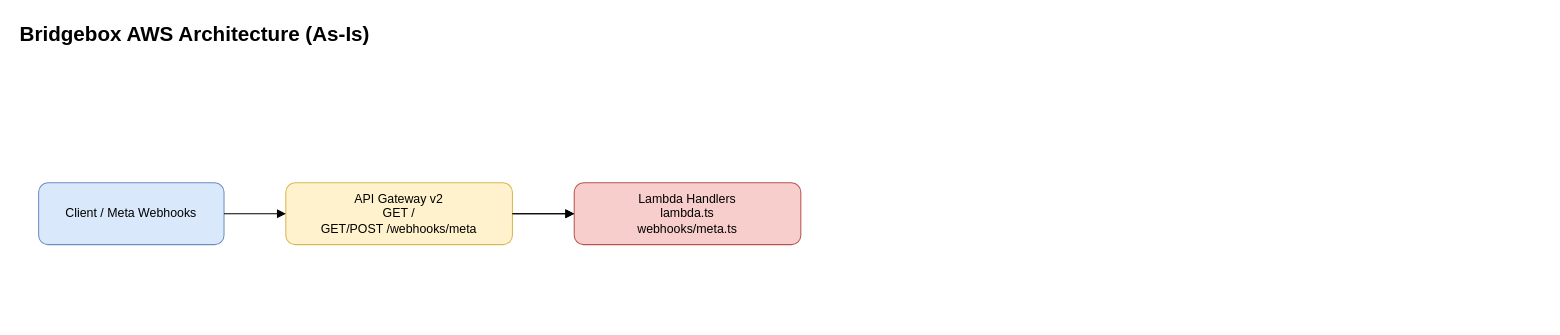
Earlier version of the draw.io diagram docs/architecture.drawio (smoothness/bridgebox). Source tidied: cells renumbered, new cells numbered last; positions are measured from the earlier drawing's top-left corner, leaving out a move shared by most shapes. Both pictures are drawn from the tidied source at 103%, with x=0, y=0 at pixel (18, 18).
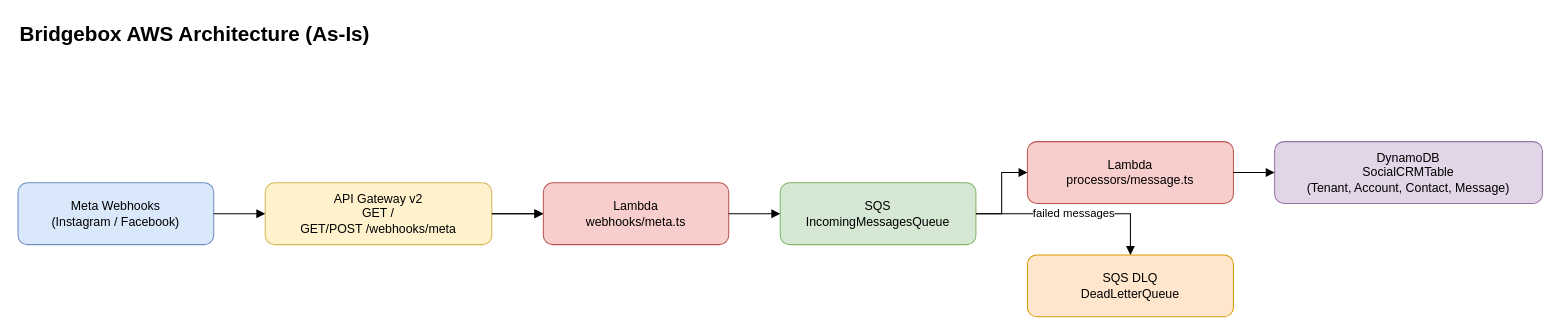
Above is the later version.

Diff of the diagram source:
```diff
@@
 <mxGraphModel>
   <root>
     <mxCell id="0" />
     <mxCell id="1" parent="0" />
     <mxCell id="2" value="Bridgebox AWS Architecture (As-Is)" style="text;html=1;strokeColor=none;fillColor=none;align=left;verticalAlign=middle;fontSize=20;fontStyle=1;" parent="1" vertex="1">
       <mxGeometry width="520" height="30" as="geometry" />
     </mxCell>
-    <mxCell id="3" value="Client / Meta Webhooks" style="rounded=1;whiteSpace=wrap;html=1;fillColor=#dae8fc;strokeColor=#6c8ebf;" parent="1" vertex="1">
-      <mxGeometry x="20" y="160" width="180" height="60" as="geometry" />
+    <mxCell id="3" value="Meta Webhooks&#10;(Instagram / Facebook)" style="rounded=1;whiteSpace=wrap;html=1;fillColor=#dae8fc;strokeColor=#6c8ebf;" parent="1" vertex="1">
+      <mxGeometry y="160" width="190" height="60" as="geometry" />
     </mxCell>
     <mxCell id="4" value="API Gateway v2&#10;GET /&#10;GET/POST /webhooks/meta" style="rounded=1;whiteSpace=wrap;html=1;fillColor=#fff2cc;strokeColor=#d6b656;" parent="1" vertex="1">
-      <mxGeometry x="260" y="160" width="220" height="60" as="geometry" />
+      <mxGeometry x="240" y="160" width="220" height="60" as="geometry" />
     </mxCell>
-    <mxCell id="5" value="Lambda Handlers&#10;lambda.ts&#10;webhooks/meta.ts" style="rounded=1;whiteSpace=wrap;html=1;fillColor=#f8cecc;strokeColor=#b85450;" parent="1" vertex="1">
-      <mxGeometry x="540" y="160" width="220" height="60" as="geometry" />
+    <mxCell id="5" value="Lambda&#10;webhooks/meta.ts" style="rounded=1;whiteSpace=wrap;html=1;fillColor=#f8cecc;strokeColor=#b85450;" parent="1" vertex="1">
+      <mxGeometry x="510" y="160" width="180" height="60" as="geometry" />
     </mxCell>
+    <mxCell id="9" value="SQS&#10;IncomingMessagesQueue" style="rounded=1;whiteSpace=wrap;html=1;fillColor=#d5e8d4;strokeColor=#82b366;" parent="1" vertex="1">
+      <mxGeometry x="740" y="160" width="190" height="60" as="geometry" />
+    </mxCell>
+    <mxCell id="10" value="Lambda&#10;processors/message.ts" style="rounded=1;whiteSpace=wrap;html=1;fillColor=#f8cecc;strokeColor=#b85450;" parent="1" vertex="1">
+      <mxGeometry x="980" y="120" width="200" height="60" as="geometry" />
+    </mxCell>
+    <mxCell id="11" value="DynamoDB&#10;SocialCRMTable&#10;(Tenant, Account, Contact, Message)" style="rounded=1;whiteSpace=wrap;html=1;fillColor=#e1d5e7;strokeColor=#9673a6;" parent="1" vertex="1">
+      <mxGeometry x="1220" y="120" width="260" height="60" as="geometry" />
+    </mxCell>
+    <mxCell id="12" value="SQS DLQ&#10;DeadLetterQueue" style="rounded=1;whiteSpace=wrap;html=1;fillColor=#ffe6cc;strokeColor=#d79b00;" parent="1" vertex="1">
+      <mxGeometry x="980" y="230" width="200" height="60" as="geometry" />
+    </mxCell>
     <mxCell id="6" style="edgeStyle=orthogonalEdgeStyle;rounded=0;jettySize=auto;html=1;endArrow=block;endFill=1;" parent="1" edge="1" source="3" target="4">
       <mxGeometry relative="1" as="geometry" />
     </mxCell>
     <mxCell id="7" style="edgeStyle=orthogonalEdgeStyle;rounded=0;jettySize=auto;html=1;endArrow=block;endFill=1;" parent="1" edge="1" source="4" target="5">
       <mxGeometry relative="1" as="geometry" />
     </mxCell>
     <mxCell id="8" style="edgeStyle=orthogonalEdgeStyle;rounded=0;jettySize=auto;html=1;endArrow=block;endFill=1;" parent="1" edge="1" source="4" target="5">
       <mxGeometry relative="1" as="geometry" />
     </mxCell>
+    <mxCell id="13" style="edgeStyle=orthogonalEdgeStyle;rounded=0;jettySize=auto;html=1;endArrow=block;endFill=1;" parent="1" edge="1" source="5" target="9">
+      <mxGeometry relative="1" as="geometry" />
+    </mxCell>
+    <mxCell id="14" style="edgeStyle=orthogonalEdgeStyle;rounded=0;jettySize=auto;html=1;endArrow=block;endFill=1;" parent="1" edge="1" source="9" target="10">
+      <mxGeometry relative="1" as="geometry" />
+    </mxCell>
+    <mxCell id="15" style="edgeStyle=orthogonalEdgeStyle;rounded=0;jettySize=auto;html=1;endArrow=block;endFill=1;" parent="1" edge="1" source="10" target="11">
+      <mxGeometry relative="1" as="geometry" />
+    </mxCell>
+    <mxCell id="16" value="failed messages" style="edgeStyle=orthogonalEdgeStyle;rounded=0;jettySize=auto;html=1;endArrow=block;endFill=1;" parent="1" edge="1" source="9" target="12">
+      <mxGeometry relative="1" as="geometry" />
+    </mxCell>
   </root>
 </mxGraphModel>
```
